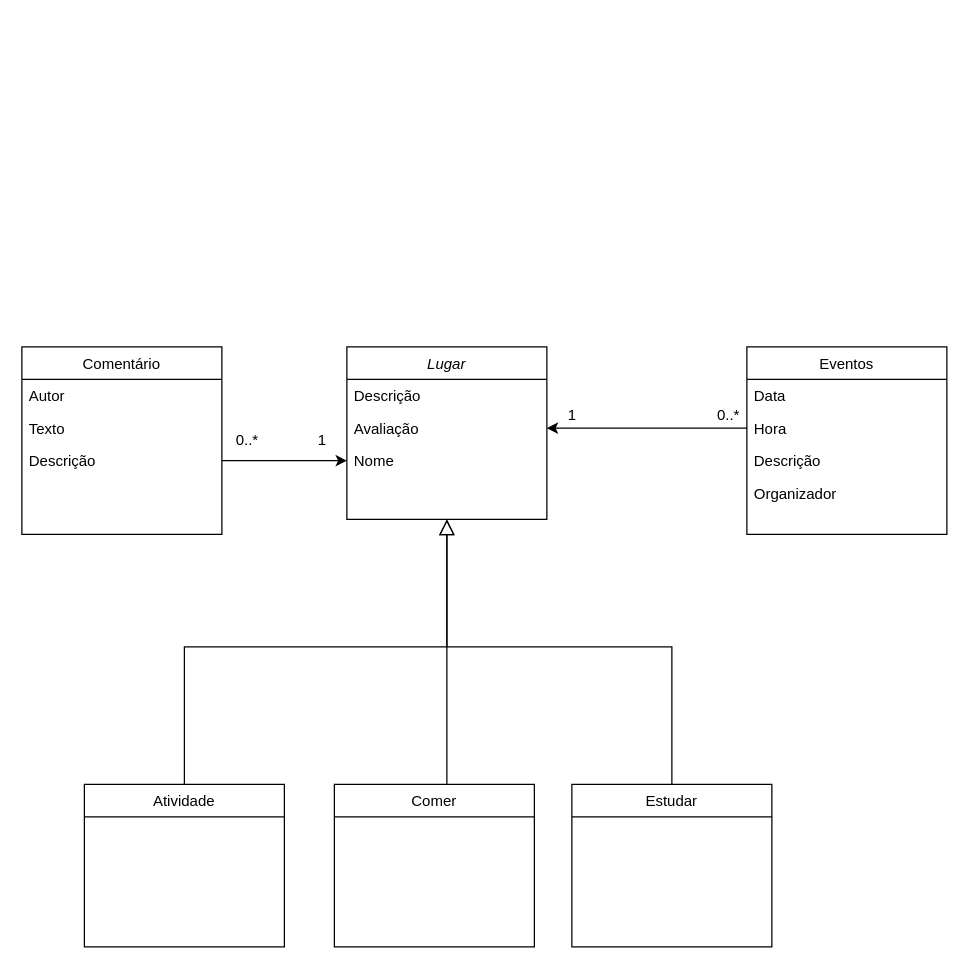
Earlier version of the draw.io diagram Locus.drawio (azevedofelipe/LocusPUC). Source tidied: cells renumbered, new cells numbered last; positions are measured from the earlier drawing's top-left corner, leaving out a move shared by most shapes. Both pictures are drawn from the tidied source at 125%, with x=0, y=0 at pixel (21, 346).
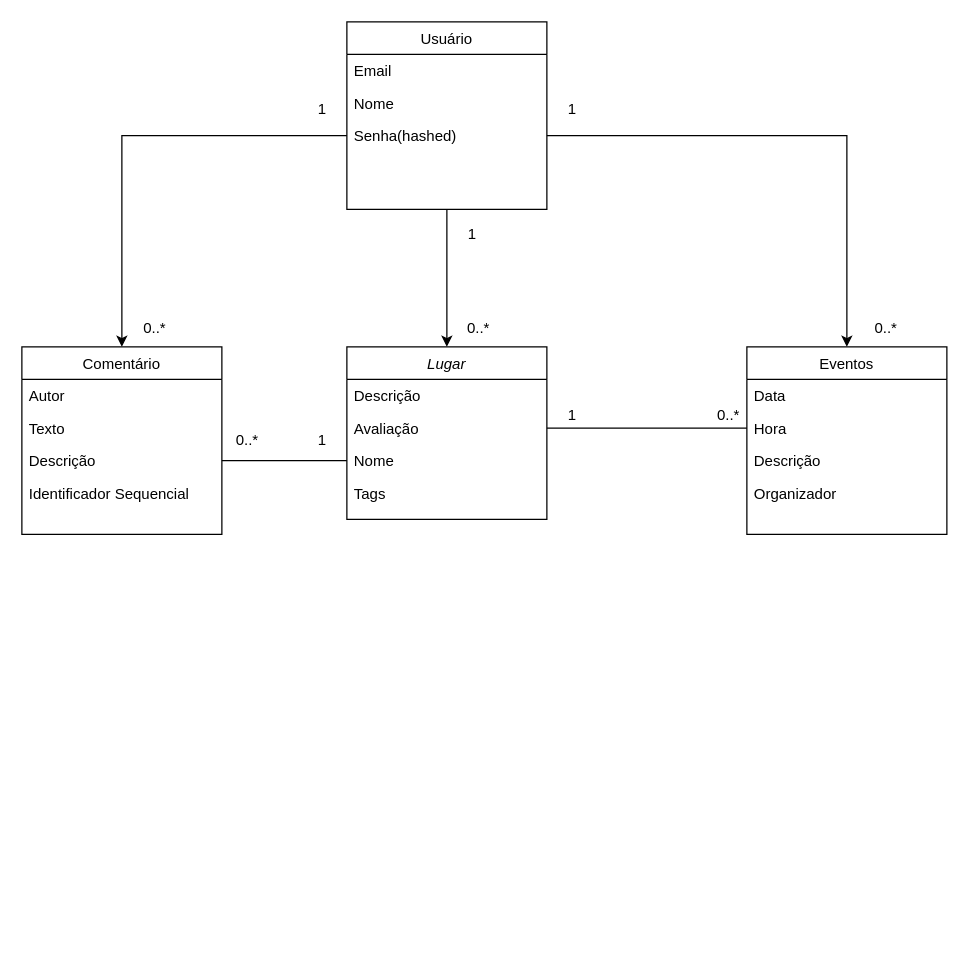
After the change.

Unchanged cells that the change refers to:
```xml
<mxCell id="2" value="Lugar" style="swimlane;fontStyle=2;align=center;verticalAlign=top;horizontal=1;startSize=26;rounded=0;shadow=0;strokeWidth=1;" parent="1" vertex="1">
  <mxGeometry x="260" width="160" height="138" as="geometry" />
</mxCell>
<mxCell id="4" value="Avaliação" style="text;align=left;verticalAlign=top;spacingLeft=4;spacingRight=4;overflow=hidden;points=[[0,0.5],[1,0.5]];portConstraint=eastwest;rounded=0;shadow=0;html=0;" parent="2" vertex="1">
  <mxGeometry y="52" width="160" height="26" as="geometry" />
</mxCell>
<mxCell id="5" value="Nome" style="text;align=left;verticalAlign=top;spacingLeft=4;spacingRight=4;overflow=hidden;points=[[0,0.5],[1,0.5]];portConstraint=eastwest;rounded=0;shadow=0;html=0;" parent="2" vertex="1">
  <mxGeometry y="78" width="160" height="26" as="geometry" />
</mxCell>
<mxCell id="10" value="Eventos" style="swimlane;fontStyle=0;align=center;verticalAlign=top;horizontal=1;startSize=26;rounded=0;shadow=0;strokeWidth=1;" parent="1" vertex="1">
  <mxGeometry x="580" width="160" height="150" as="geometry" />
</mxCell>
<mxCell id="12" value="Hora" style="text;align=left;verticalAlign=top;spacingLeft=4;spacingRight=4;overflow=hidden;points=[[0,0.5],[1,0.5]];portConstraint=eastwest;" parent="10" vertex="1">
  <mxGeometry y="52" width="160" height="26" as="geometry" />
</mxCell>
<mxCell id="20" value="Comentário" style="swimlane;fontStyle=0;align=center;verticalAlign=top;horizontal=1;startSize=26;rounded=0;shadow=0;strokeWidth=1;" parent="1" vertex="1">
  <mxGeometry width="160" height="150" as="geometry" />
</mxCell>
<mxCell id="23" value="Descrição" style="text;align=left;verticalAlign=top;spacingLeft=4;spacingRight=4;overflow=hidden;points=[[0,0.5],[1,0.5]];portConstraint=eastwest;" parent="20" vertex="1">
  <mxGeometry y="78" width="160" height="26" as="geometry" />
</mxCell>
```

The edit, as a diff of the source:
```diff
@@
-    <mxCell id="6" value="Comer" style="swimlane;fontStyle=0;align=center;verticalAlign=top;horizontal=1;startSize=26;rounded=0;shadow=0;strokeWidth=1;" parent="1" vertex="1">
-      <mxGeometry x="250" y="350" width="160" height="130" as="geometry" />
-    </mxCell>
-    <mxCell id="7" style="endArrow=block;endSize=10;endFill=0;shadow=0;strokeWidth=1;rounded=0;edgeStyle=elbowEdgeStyle;elbow=vertical;" parent="1" edge="1" source="6" target="2">
-      <mxGeometry relative="1" as="geometry">
-        <Array as="points">
-          <mxPoint x="340" y="220" />
-          <mxPoint x="330" y="180" />
-        </Array>
-      </mxGeometry>
-    </mxCell>
-    <mxCell id="8" value="Estudar" style="swimlane;fontStyle=0;align=center;verticalAlign=top;horizontal=1;startSize=26;rounded=0;shadow=0;strokeWidth=1;" parent="1" vertex="1">
-      <mxGeometry x="440" y="350" width="160" height="130" as="geometry" />
-    </mxCell>
-    <mxCell id="9" style="endArrow=block;endSize=10;endFill=0;shadow=0;strokeWidth=1;rounded=0;edgeStyle=elbowEdgeStyle;elbow=vertical;" parent="1" edge="1" source="8" target="2">
-      <mxGeometry relative="1" as="geometry">
-        <Array as="points">
-          <mxPoint x="340" y="240" />
-          <mxPoint x="340" y="190" />
-          <mxPoint x="330" y="240" />
-        </Array>
-      </mxGeometry>
-    </mxCell>
+    <mxCell id="27" value="Tags" style="text;align=left;verticalAlign=top;spacingLeft=4;spacingRight=4;overflow=hidden;rounded=0;shadow=0;html=0;" parent="2" vertex="1">
+      <mxGeometry y="104" width="160" height="26" as="geometry" />
+    </mxCell>
@@
-    <mxCell id="15" value="Atividade" style="swimlane;fontStyle=0;align=center;verticalAlign=top;horizontal=1;startSize=26;rounded=0;shadow=0;strokeWidth=1;" parent="1" vertex="1">
-      <mxGeometry x="50" y="350" width="160" height="130" as="geometry" />
-    </mxCell>
-    <mxCell id="16" style="endArrow=none;html=1;rounded=0;exitX=0.5;exitY=0;exitDx=0;exitDy=0;edgeStyle=orthogonalEdgeStyle;" parent="1" edge="1" source="15">
-      <mxGeometry relative="1" as="geometry">
-        <mxPoint x="340" y="240" as="targetPoint" />
-        <Array as="points">
-          <mxPoint x="130" y="240" />
-        </Array>
-      </mxGeometry>
-    </mxCell>
-    <mxCell id="17" style="endArrow=classic;html=1;rounded=0;entryX=1;entryY=0.5;entryDx=0;entryDy=0;exitX=0;exitY=0.5;exitDx=0;exitDy=0;" parent="1" edge="1" source="12" target="4">
-      <mxGeometry relative="1" as="geometry">
-        <Array as="points">
-          <mxPoint x="500" y="65" />
-        </Array>
-      </mxGeometry>
-    </mxCell>
@@
-    <mxCell id="24" style="edgeStyle=orthogonalEdgeStyle;rounded=0;jettySize=auto;html=1;exitX=1;exitY=0.5;exitDx=0;exitDy=0;entryX=0;entryY=0.5;entryDx=0;entryDy=0;" parent="1" edge="1" source="23" target="5">
-      <mxGeometry relative="1" as="geometry" />
-    </mxCell>
+    <mxCell id="28" value="Identificador Sequencial" style="text;align=left;verticalAlign=top;spacingLeft=4;spacingRight=4;overflow=hidden;" parent="20" vertex="1">
+      <mxGeometry y="104" width="160" height="26" as="geometry" />
+    </mxCell>
@@
+    <mxCell id="29" style="endArrow=none;html=1;rounded=0;entryX=0;entryY=0.5;entryDx=0;entryDy=0;exitX=1;exitY=0.5;exitDx=0;exitDy=0;" parent="1" edge="1" source="4" target="12">
+      <mxGeometry relative="1" as="geometry" />
+    </mxCell>
+    <mxCell id="24" style="endArrow=none;html=1;rounded=0;exitX=1;exitY=0.5;exitDx=0;exitDy=0;entryX=0;entryY=0.5;entryDx=0;entryDy=0;" parent="1" edge="1" source="23" target="5">
+      <mxGeometry relative="1" as="geometry" />
+    </mxCell>
+    <mxCell id="30" style="edgeStyle=orthogonalEdgeStyle;rounded=0;jettySize=auto;html=1;exitX=0.5;exitY=1;exitDx=0;exitDy=0;entryX=0.5;entryY=0;entryDx=0;entryDy=0;" parent="1" edge="1" source="31" target="2">
+      <mxGeometry relative="1" as="geometry" />
+    </mxCell>
+    <mxCell id="31" value="Usuário" style="swimlane;fontStyle=0;align=center;verticalAlign=top;horizontal=1;startSize=26;rounded=0;shadow=0;strokeWidth=1;" parent="1" vertex="1">
+      <mxGeometry x="260" y="-260" width="160" height="150" as="geometry" />
+    </mxCell>
+    <mxCell id="32" value="Email" style="text;align=left;verticalAlign=top;spacingLeft=4;spacingRight=4;overflow=hidden;" parent="31" vertex="1">
+      <mxGeometry y="26" width="160" height="26" as="geometry" />
+    </mxCell>
+    <mxCell id="33" value="Nome" style="text;align=left;verticalAlign=top;spacingLeft=4;spacingRight=4;overflow=hidden;" parent="31" vertex="1">
+      <mxGeometry y="52" width="160" height="26" as="geometry" />
+    </mxCell>
+    <mxCell id="34" value="Senha(hashed)" style="text;align=left;verticalAlign=top;spacingLeft=4;spacingRight=4;overflow=hidden;points=[[0,0.5],[1,0.5]];portConstraint=eastwest;" parent="31" vertex="1">
+      <mxGeometry y="78" width="160" height="26" as="geometry" />
+    </mxCell>
+    <mxCell id="35" style="edgeStyle=orthogonalEdgeStyle;rounded=0;jettySize=auto;html=1;exitX=0;exitY=0.5;exitDx=0;exitDy=0;entryX=0.5;entryY=0;entryDx=0;entryDy=0;" parent="1" edge="1" source="34" target="20">
+      <mxGeometry relative="1" as="geometry" />
+    </mxCell>
+    <mxCell id="36" style="edgeStyle=orthogonalEdgeStyle;rounded=0;jettySize=auto;html=1;exitX=1;exitY=0.5;exitDx=0;exitDy=0;entryX=0.5;entryY=0;entryDx=0;entryDy=0;" parent="1" edge="1" source="34" target="10">
+      <mxGeometry relative="1" as="geometry" />
+    </mxCell>
+    <mxCell id="37" value="0..*" style="text;html=1;align=center;verticalAlign=middle;strokeColor=none;fillColor=none;" parent="1" vertex="1">
+      <mxGeometry x="86" y="-30" width="40" height="30" as="geometry" />
+    </mxCell>
+    <mxCell id="38" value="1" style="text;html=1;align=center;verticalAlign=middle;strokeColor=none;fillColor=none;" parent="1" vertex="1">
+      <mxGeometry x="230" y="-200" width="20" height="20" as="geometry" />
+    </mxCell>
+    <mxCell id="39" value="&lt;div&gt;1&lt;/div&gt;" style="text;html=1;align=center;verticalAlign=middle;strokeColor=none;fillColor=none;" parent="1" vertex="1">
+      <mxGeometry x="350" y="-100" width="20" height="20" as="geometry" />
+    </mxCell>
+    <mxCell id="40" value="&lt;div&gt;1&lt;/div&gt;" style="text;html=1;align=center;verticalAlign=middle;strokeColor=none;fillColor=none;" parent="1" vertex="1">
+      <mxGeometry x="430" y="-200" width="20" height="20" as="geometry" />
+    </mxCell>
+    <mxCell id="41" value="0..*" style="text;html=1;align=center;verticalAlign=middle;strokeColor=none;fillColor=none;" parent="1" vertex="1">
+      <mxGeometry x="350" y="-25" width="30" height="20" as="geometry" />
+    </mxCell>
+    <mxCell id="42" value="0..*" style="text;html=1;align=center;verticalAlign=middle;strokeColor=none;fillColor=none;" parent="1" vertex="1">
+      <mxGeometry x="676" y="-25" width="30" height="20" as="geometry" />
+    </mxCell>
```
